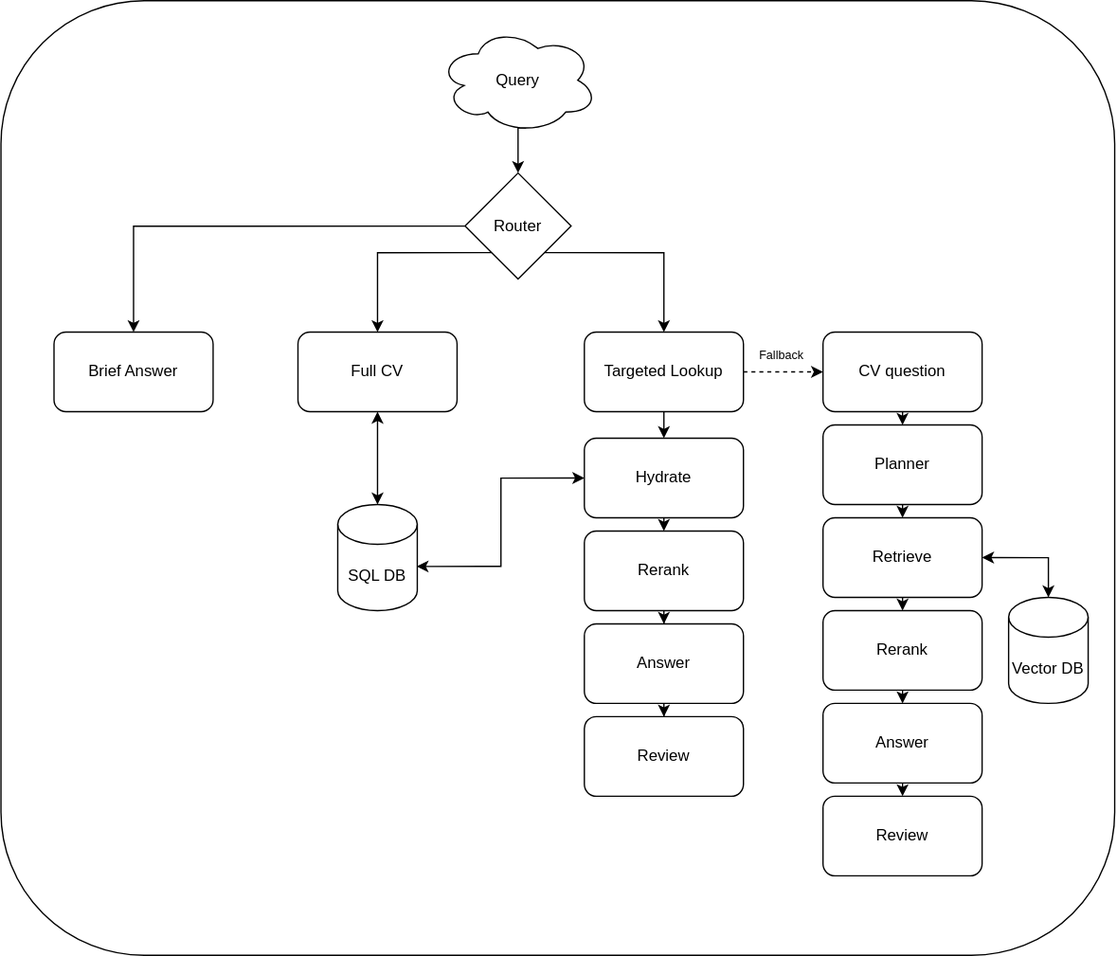
Before: docs/diagrams/rag-runtime.svg, a diagram exported from draw.io (jozayas/ai-cv-screener). Source tidied: cells renumbered, new cells last; positions are measured from the earlier drawing's top-left corner, leaving out a move shared by most shapes.
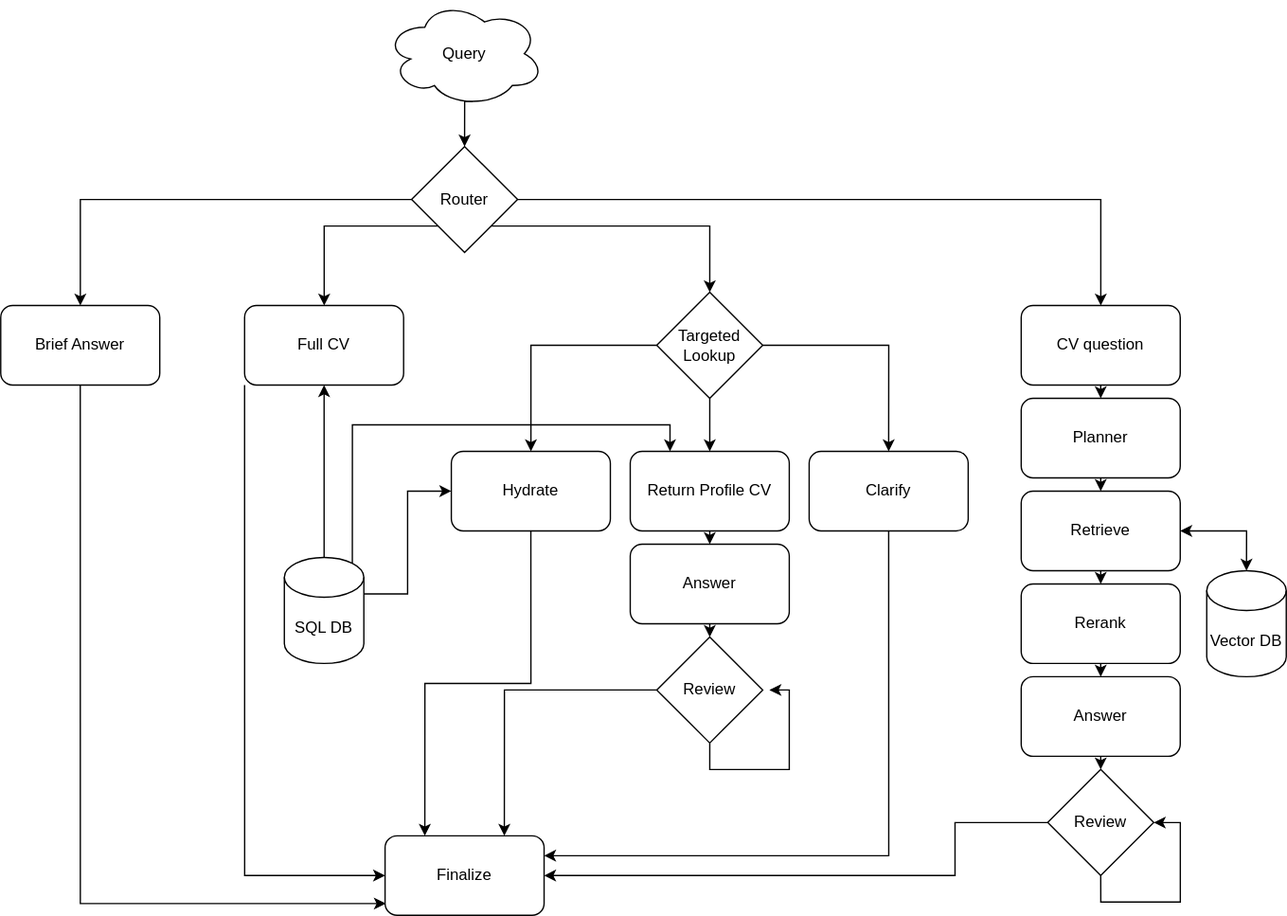
After the change.

The edit, as a diff of the source:
```diff
@@ -2,116 +2,150 @@
   <root>
     <mxCell id="0" />
     <mxCell id="1" parent="0" />
-    <mxCell id="2" style="group;fontStyle=4;" parent="1" vertex="1">
-      <mxGeometry width="840" height="720" as="geometry" />
+    <mxCell id="2" style="edgeStyle=orthogonalEdgeStyle;rounded=0;jettySize=auto;html=1;exitX=0.55;exitY=0.95;exitDx=0;exitDy=0;exitPerimeter=0;entryX=0.5;entryY=0;entryDx=0;entryDy=0;" parent="1" edge="1" source="3" target="8">
+      <mxGeometry relative="1" as="geometry" />
     </mxCell>
-    <mxCell id="3" style="rounded=1;whiteSpace=wrap;html=1;" parent="2" vertex="1">
-      <mxGeometry width="840" height="720" as="geometry" />
+    <mxCell id="3" value="Query" style="ellipse;shape=cloud;whiteSpace=wrap;html=1;" parent="1" vertex="1">
+      <mxGeometry x="460" y="-230" width="120" height="80" as="geometry" />
     </mxCell>
-    <mxCell id="4" style="edgeStyle=orthogonalEdgeStyle;rounded=0;jettySize=auto;html=1;exitX=0.55;exitY=0.95;exitDx=0;exitDy=0;exitPerimeter=0;entryX=0.5;entryY=0;entryDx=0;entryDy=0;" parent="2" edge="1" source="5" target="9">
+    <mxCell id="4" style="edgeStyle=orthogonalEdgeStyle;rounded=0;jettySize=auto;html=1;exitX=0;exitY=0.5;exitDx=0;exitDy=0;" parent="1" edge="1" source="8" target="10">
       <mxGeometry relative="1" as="geometry" />
     </mxCell>
-    <mxCell id="5" value="Query" style="ellipse;shape=cloud;whiteSpace=wrap;html=1;" parent="2" vertex="1">
-      <mxGeometry x="330" y="20" width="120" height="80" as="geometry" />
+    <mxCell id="5" style="edgeStyle=orthogonalEdgeStyle;rounded=0;jettySize=auto;html=1;exitX=0;exitY=1;exitDx=0;exitDy=0;" parent="1" edge="1" source="8" target="12">
+      <mxGeometry relative="1" as="geometry" />
     </mxCell>
-    <mxCell id="6" style="edgeStyle=orthogonalEdgeStyle;rounded=0;jettySize=auto;html=1;exitX=0;exitY=0.5;exitDx=0;exitDy=0;" parent="2" edge="1" source="9" target="10">
+    <mxCell id="6" style="edgeStyle=orthogonalEdgeStyle;rounded=0;jettySize=auto;html=1;exitX=1;exitY=0.5;exitDx=0;exitDy=0;" parent="1" edge="1" source="8" target="14">
       <mxGeometry relative="1" as="geometry" />
     </mxCell>
-    <mxCell id="7" style="edgeStyle=orthogonalEdgeStyle;rounded=0;jettySize=auto;html=1;exitX=0;exitY=1;exitDx=0;exitDy=0;" parent="2" edge="1" source="9" target="11">
+    <mxCell id="7" style="edgeStyle=orthogonalEdgeStyle;rounded=0;jettySize=auto;html=1;exitX=1;exitY=1;exitDx=0;exitDy=0;entryX=0.5;entryY=0;entryDx=0;entryDy=0;" parent="1" edge="1" source="8" target="35">
       <mxGeometry relative="1" as="geometry" />
     </mxCell>
-    <mxCell id="8" style="edgeStyle=orthogonalEdgeStyle;rounded=0;jettySize=auto;html=1;exitX=1;exitY=1;exitDx=0;exitDy=0;entryX=0.5;entryY=0;entryDx=0;entryDy=0;" parent="2" edge="1" source="9" target="14">
-      <mxGeometry relative="1" as="geometry" />
+    <mxCell id="8" value="Router" style="rhombus;whiteSpace=wrap;html=1;" parent="1" vertex="1">
+      <mxGeometry x="480" y="-120" width="80" height="80" as="geometry" />
     </mxCell>
-    <mxCell id="9" value="Router" style="rhombus;whiteSpace=wrap;html=1;" parent="2" vertex="1">
-      <mxGeometry x="350" y="130" width="80" height="80" as="geometry" />
+    <mxCell id="9" style="edgeStyle=orthogonalEdgeStyle;rounded=0;jettySize=auto;html=1;exitX=0.5;exitY=1;exitDx=0;exitDy=0;entryX=0.005;entryY=0.852;entryDx=0;entryDy=0;entryPerimeter=0;" parent="1" edge="1" source="10" target="31">
+      <mxGeometry relative="1" as="geometry" />
     </mxCell>
-    <mxCell id="10" value="Brief Answer" style="rounded=1;whiteSpace=wrap;html=1;" parent="2" vertex="1">
-      <mxGeometry x="40" y="250" width="120" height="60" as="geometry" />
+    <mxCell id="10" value="Brief Answer" style="rounded=1;whiteSpace=wrap;html=1;" parent="1" vertex="1">
+      <mxGeometry x="170" width="120" height="60" as="geometry" />
     </mxCell>
-    <mxCell id="11" value="Full CV" style="rounded=1;whiteSpace=wrap;html=1;" parent="2" vertex="1">
-      <mxGeometry x="224" y="250" width="120" height="60" as="geometry" />
+    <mxCell id="11" style="edgeStyle=orthogonalEdgeStyle;rounded=0;jettySize=auto;html=1;exitX=0;exitY=1;exitDx=0;exitDy=0;entryX=0;entryY=0.5;entryDx=0;entryDy=0;" parent="1" edge="1" source="12" target="31">
+      <mxGeometry relative="1" as="geometry" />
     </mxCell>
-    <mxCell id="12" style="edgeStyle=orthogonalEdgeStyle;rounded=0;jettySize=auto;html=1;exitX=1;exitY=0.5;exitDx=0;exitDy=0;entryX=0;entryY=0.5;entryDx=0;entryDy=0;dashed=1;" parent="2" edge="1" source="14" target="16">
-      <mxGeometry relative="1" as="geometry" />
+    <mxCell id="12" value="Full CV" style="rounded=1;whiteSpace=wrap;html=1;" parent="1" vertex="1">
+      <mxGeometry x="354" width="120" height="60" as="geometry" />
     </mxCell>
-    <mxCell id="13" style="edgeStyle=orthogonalEdgeStyle;rounded=0;jettySize=auto;html=1;exitX=0.5;exitY=1;exitDx=0;exitDy=0;entryX=0.5;entryY=0;entryDx=0;entryDy=0;" parent="2" edge="1" source="14" target="20">
+    <mxCell id="13" style="edgeStyle=orthogonalEdgeStyle;rounded=0;jettySize=auto;html=1;exitX=0.5;exitY=1;exitDx=0;exitDy=0;entryX=0.5;entryY=0;entryDx=0;entryDy=0;" parent="1" edge="1" source="14" target="20">
       <mxGeometry relative="1" as="geometry" />
     </mxCell>
-    <mxCell id="14" value="Targeted Lookup" style="rounded=1;whiteSpace=wrap;html=1;" parent="2" vertex="1">
-      <mxGeometry x="440" y="250" width="120" height="60" as="geometry" />
+    <mxCell id="14" value="CV question" style="rounded=1;whiteSpace=wrap;html=1;" parent="1" vertex="1">
+      <mxGeometry x="940" width="120" height="60" as="geometry" />
     </mxCell>
-    <mxCell id="15" style="edgeStyle=orthogonalEdgeStyle;rounded=0;jettySize=auto;html=1;exitX=0.5;exitY=1;exitDx=0;exitDy=0;entryX=0.5;entryY=0;entryDx=0;entryDy=0;" parent="2" edge="1" source="16" target="22">
-      <mxGeometry relative="1" as="geometry" />
+    <mxCell id="15" value="SQL DB" style="shape=cylinder3;whiteSpace=wrap;html=1;boundedLbl=1;backgroundOutline=1;size=15;" parent="1" vertex="1">
+      <mxGeometry x="384" y="190" width="60" height="80" as="geometry" />
     </mxCell>
-    <mxCell id="16" value="CV question" style="rounded=1;whiteSpace=wrap;html=1;" parent="2" vertex="1">
-      <mxGeometry x="620" y="250" width="120" height="60" as="geometry" />
+    <mxCell id="16" style="edgeStyle=orthogonalEdgeStyle;rounded=0;jettySize=auto;html=1;exitX=0.5;exitY=1;exitDx=0;exitDy=0;entryX=0.5;entryY=0;entryDx=0;entryDy=0;entryPerimeter=0;startArrow=classic;startFill=1;endArrow=none;endFill=0;" parent="1" edge="1" source="12" target="15">
+      <mxGeometry relative="1" as="geometry" />
     </mxCell>
-    <mxCell id="17" value="SQL DB" style="shape=cylinder3;whiteSpace=wrap;html=1;boundedLbl=1;backgroundOutline=1;size=15;" parent="2" vertex="1">
-      <mxGeometry x="254" y="380" width="60" height="80" as="geometry" />
+    <mxCell id="17" style="edgeStyle=orthogonalEdgeStyle;rounded=0;jettySize=auto;html=1;exitX=0.5;exitY=1;exitDx=0;exitDy=0;entryX=0.25;entryY=0;entryDx=0;entryDy=0;" parent="1" edge="1" source="18" target="31">
+      <mxGeometry relative="1" as="geometry" />
     </mxCell>
-    <mxCell id="18" style="edgeStyle=orthogonalEdgeStyle;rounded=0;jettySize=auto;html=1;exitX=0.5;exitY=1;exitDx=0;exitDy=0;entryX=0.5;entryY=0;entryDx=0;entryDy=0;entryPerimeter=0;startArrow=classic;startFill=1;" parent="2" edge="1" source="11" target="17">
-      <mxGeometry relative="1" as="geometry" />
+    <mxCell id="18" value="Hydrate" style="rounded=1;whiteSpace=wrap;html=1;" parent="1" vertex="1">
+      <mxGeometry x="510" y="110" width="120" height="60" as="geometry" />
     </mxCell>
-    <mxCell id="19" style="edgeStyle=orthogonalEdgeStyle;rounded=0;jettySize=auto;html=1;exitX=0.5;exitY=1;exitDx=0;exitDy=0;entryX=0.5;entryY=0;entryDx=0;entryDy=0;" parent="2" edge="1" source="20" target="31">
+    <mxCell id="19" style="edgeStyle=orthogonalEdgeStyle;rounded=0;jettySize=auto;html=1;exitX=0.5;exitY=1;exitDx=0;exitDy=0;entryX=0.5;entryY=0;entryDx=0;entryDy=0;" parent="1" edge="1" source="20" target="22">
       <mxGeometry relative="1" as="geometry" />
     </mxCell>
-    <mxCell id="20" value="Hydrate" style="rounded=1;whiteSpace=wrap;html=1;" parent="2" vertex="1">
-      <mxGeometry x="440" y="330" width="120" height="60" as="geometry" />
+    <mxCell id="20" value="Planner" style="rounded=1;whiteSpace=wrap;html=1;" parent="1" vertex="1">
+      <mxGeometry x="940" y="70" width="120" height="60" as="geometry" />
     </mxCell>
-    <mxCell id="21" style="edgeStyle=orthogonalEdgeStyle;rounded=0;jettySize=auto;html=1;exitX=0.5;exitY=1;exitDx=0;exitDy=0;entryX=0.5;entryY=0;entryDx=0;entryDy=0;" parent="2" edge="1" source="22" target="24">
+    <mxCell id="21" style="edgeStyle=orthogonalEdgeStyle;rounded=0;jettySize=auto;html=1;exitX=0.5;exitY=1;exitDx=0;exitDy=0;entryX=0.5;entryY=0;entryDx=0;entryDy=0;" parent="1" edge="1" source="22" target="24">
       <mxGeometry relative="1" as="geometry" />
     </mxCell>
-    <mxCell id="22" value="Planner" style="rounded=1;whiteSpace=wrap;html=1;" parent="2" vertex="1">
-      <mxGeometry x="620" y="320" width="120" height="60" as="geometry" />
+    <mxCell id="22" value="Retrieve" style="rounded=1;whiteSpace=wrap;html=1;" parent="1" vertex="1">
+      <mxGeometry x="940" y="140" width="120" height="60" as="geometry" />
     </mxCell>
-    <mxCell id="23" style="edgeStyle=orthogonalEdgeStyle;rounded=0;jettySize=auto;html=1;exitX=0.5;exitY=1;exitDx=0;exitDy=0;entryX=0.5;entryY=0;entryDx=0;entryDy=0;" parent="2" edge="1" source="24" target="26">
+    <mxCell id="23" style="edgeStyle=orthogonalEdgeStyle;rounded=0;jettySize=auto;html=1;exitX=0.5;exitY=1;exitDx=0;exitDy=0;entryX=0.5;entryY=0;entryDx=0;entryDy=0;" parent="1" edge="1" source="24" target="26">
       <mxGeometry relative="1" as="geometry" />
     </mxCell>
-    <mxCell id="24" value="Retrieve" style="rounded=1;whiteSpace=wrap;html=1;" parent="2" vertex="1">
-      <mxGeometry x="620" y="390" width="120" height="60" as="geometry" />
+    <mxCell id="24" value="Rerank" style="rounded=1;whiteSpace=wrap;html=1;" parent="1" vertex="1">
+      <mxGeometry x="940" y="210" width="120" height="60" as="geometry" />
     </mxCell>
-    <mxCell id="25" style="edgeStyle=orthogonalEdgeStyle;rounded=0;jettySize=auto;html=1;exitX=0.5;exitY=1;exitDx=0;exitDy=0;entryX=0.5;entryY=0;entryDx=0;entryDy=0;" parent="2" edge="1" source="26" target="28">
+    <mxCell id="25" style="edgeStyle=orthogonalEdgeStyle;rounded=0;jettySize=auto;html=1;exitX=0.5;exitY=1;exitDx=0;exitDy=0;entryX=0.5;entryY=0;entryDx=0;entryDy=0;" parent="1" edge="1" source="26" target="46">
       <mxGeometry relative="1" as="geometry" />
     </mxCell>
-    <mxCell id="26" value="Rerank" style="rounded=1;whiteSpace=wrap;html=1;" parent="2" vertex="1">
-      <mxGeometry x="620" y="460" width="120" height="60" as="geometry" />
+    <mxCell id="26" value="Answer" style="rounded=1;whiteSpace=wrap;html=1;" parent="1" vertex="1">
+      <mxGeometry x="940" y="280" width="120" height="60" as="geometry" />
     </mxCell>
-    <mxCell id="27" style="edgeStyle=orthogonalEdgeStyle;rounded=0;jettySize=auto;html=1;exitX=0.5;exitY=1;exitDx=0;exitDy=0;entryX=0.5;entryY=0;entryDx=0;entryDy=0;" parent="2" edge="1" source="28" target="29">
+    <mxCell id="27" style="edgeStyle=orthogonalEdgeStyle;rounded=0;jettySize=auto;html=1;exitX=0.5;exitY=1;exitDx=0;exitDy=0;entryX=0.5;entryY=0;entryDx=0;entryDy=0;" parent="1" edge="1" source="28" target="44">
       <mxGeometry relative="1" as="geometry" />
     </mxCell>
-    <mxCell id="28" value="Answer" style="rounded=1;whiteSpace=wrap;html=1;" parent="2" vertex="1">
-      <mxGeometry x="620" y="530" width="120" height="60" as="geometry" />
+    <mxCell id="28" value="Answer" style="rounded=1;whiteSpace=wrap;html=1;" parent="1" vertex="1">
+      <mxGeometry x="645" y="180" width="120" height="60" as="geometry" />
     </mxCell>
-    <mxCell id="29" value="Review" style="rounded=1;whiteSpace=wrap;html=1;" parent="2" vertex="1">
-      <mxGeometry x="620" y="600" width="120" height="60" as="geometry" />
+    <mxCell id="29" value="Vector DB" style="shape=cylinder3;whiteSpace=wrap;html=1;boundedLbl=1;backgroundOutline=1;size=15;" parent="1" vertex="1">
+      <mxGeometry x="1080" y="200" width="60" height="80" as="geometry" />
     </mxCell>
-    <mxCell id="30" style="edgeStyle=orthogonalEdgeStyle;rounded=0;jettySize=auto;html=1;exitX=0.5;exitY=1;exitDx=0;exitDy=0;" parent="2" edge="1" source="31" target="33">
+    <mxCell id="30" style="edgeStyle=orthogonalEdgeStyle;rounded=0;jettySize=auto;html=1;exitX=1;exitY=0.5;exitDx=0;exitDy=0;entryX=0.5;entryY=0;entryDx=0;entryDy=0;entryPerimeter=0;startArrow=classic;startFill=1;" parent="1" edge="1" source="22" target="29">
       <mxGeometry relative="1" as="geometry" />
     </mxCell>
-    <mxCell id="31" value="Rerank" style="rounded=1;whiteSpace=wrap;html=1;" parent="2" vertex="1">
-      <mxGeometry x="440" y="400" width="120" height="60" as="geometry" />
+    <mxCell id="31" value="&lt;div&gt;Finalize&lt;/div&gt;" style="rounded=1;whiteSpace=wrap;html=1;" parent="1" vertex="1">
+      <mxGeometry x="460" y="400" width="120" height="60" as="geometry" />
     </mxCell>
-    <mxCell id="32" style="edgeStyle=orthogonalEdgeStyle;rounded=0;jettySize=auto;html=1;exitX=0.5;exitY=1;exitDx=0;exitDy=0;" parent="2" edge="1" source="33" target="34">
+    <mxCell id="32" style="edgeStyle=orthogonalEdgeStyle;rounded=0;jettySize=auto;html=1;exitX=0;exitY=0.5;exitDx=0;exitDy=0;" parent="1" edge="1" source="35" target="18">
       <mxGeometry relative="1" as="geometry" />
     </mxCell>
-    <mxCell id="33" value="Answer" style="rounded=1;whiteSpace=wrap;html=1;" parent="2" vertex="1">
-      <mxGeometry x="440" y="470" width="120" height="60" as="geometry" />
+    <mxCell id="33" style="edgeStyle=orthogonalEdgeStyle;rounded=0;jettySize=auto;html=1;exitX=0.5;exitY=1;exitDx=0;exitDy=0;entryX=0.5;entryY=0;entryDx=0;entryDy=0;" parent="1" edge="1" source="35" target="37">
+      <mxGeometry relative="1" as="geometry" />
     </mxCell>
-    <mxCell id="34" value="Review" style="rounded=1;whiteSpace=wrap;html=1;" parent="2" vertex="1">
-      <mxGeometry x="440" y="540" width="120" height="60" as="geometry" />
+    <mxCell id="34" style="edgeStyle=orthogonalEdgeStyle;rounded=0;jettySize=auto;html=1;exitX=1;exitY=0.5;exitDx=0;exitDy=0;entryX=0.5;entryY=0;entryDx=0;entryDy=0;" parent="1" edge="1" source="35" target="39">
+      <mxGeometry relative="1" as="geometry" />
     </mxCell>
-    <mxCell id="35" style="edgeStyle=orthogonalEdgeStyle;rounded=0;jettySize=auto;html=1;exitX=0;exitY=0.5;exitDx=0;exitDy=0;entryX=0.991;entryY=0.584;entryDx=0;entryDy=0;entryPerimeter=0;startArrow=classic;startFill=1;" parent="2" edge="1" source="20" target="17">
-      <mxGeometry relative="1" as="geometry" />
+    <mxCell id="35" value="Targeted Lookup" style="rhombus;whiteSpace=wrap;html=1;" parent="1" vertex="1">
+      <mxGeometry x="665" y="-10" width="80" height="80" as="geometry" />
     </mxCell>
-    <mxCell id="36" value="Vector DB" style="shape=cylinder3;whiteSpace=wrap;html=1;boundedLbl=1;backgroundOutline=1;size=15;" parent="2" vertex="1">
-      <mxGeometry x="760" y="450" width="60" height="80" as="geometry" />
+    <mxCell id="36" style="edgeStyle=orthogonalEdgeStyle;rounded=0;jettySize=auto;html=1;exitX=0.5;exitY=1;exitDx=0;exitDy=0;entryX=0.5;entryY=0;entryDx=0;entryDy=0;" parent="1" edge="1" source="37" target="28">
+      <mxGeometry relative="1" as="geometry" />
     </mxCell>
-    <mxCell id="37" style="edgeStyle=orthogonalEdgeStyle;rounded=0;jettySize=auto;html=1;exitX=1;exitY=0.5;exitDx=0;exitDy=0;entryX=0.5;entryY=0;entryDx=0;entryDy=0;entryPerimeter=0;startArrow=classic;startFill=1;" parent="2" edge="1" source="24" target="36">
-      <mxGeometry relative="1" as="geometry" />
+    <mxCell id="37" value="Return Profile CV" style="rounded=1;whiteSpace=wrap;html=1;" parent="1" vertex="1">
+      <mxGeometry x="645" y="110" width="120" height="60" as="geometry" />
     </mxCell>
-    <mxCell id="38" value="&lt;font style=&quot;font-size: 9px;&quot;&gt;Fallback&lt;/font&gt;" style="text;html=1;whiteSpace=wrap;strokeColor=none;fillColor=none;align=center;verticalAlign=middle;rounded=0;" parent="2" vertex="1">
-      <mxGeometry x="559" y="252" width="60" height="30" as="geometry" />
+    <mxCell id="38" style="edgeStyle=orthogonalEdgeStyle;rounded=0;jettySize=auto;html=1;exitX=0.5;exitY=1;exitDx=0;exitDy=0;entryX=1;entryY=0.25;entryDx=0;entryDy=0;" parent="1" edge="1" source="39" target="31">
+      <mxGeometry relative="1" as="geometry" />
     </mxCell>
+    <mxCell id="39" value="Clarify" style="rounded=1;whiteSpace=wrap;html=1;" parent="1" vertex="1">
+      <mxGeometry x="780" y="110" width="120" height="60" as="geometry" />
+    </mxCell>
+    <mxCell id="40" style="edgeStyle=orthogonalEdgeStyle;rounded=0;jettySize=auto;html=1;exitX=0.25;exitY=0;exitDx=0;exitDy=0;entryX=0.855;entryY=0;entryDx=0;entryDy=4.35;entryPerimeter=0;startArrow=classic;startFill=1;endArrow=none;endFill=0;" parent="1" edge="1" source="37" target="15">
+      <mxGeometry relative="1" as="geometry" />
+    </mxCell>
+    <mxCell id="41" style="edgeStyle=orthogonalEdgeStyle;rounded=0;jettySize=auto;html=1;exitX=0;exitY=0.5;exitDx=0;exitDy=0;entryX=1;entryY=0;entryDx=0;entryDy=27.5;entryPerimeter=0;endArrow=none;endFill=0;startArrow=classic;startFill=1;" parent="1" edge="1" source="18" target="15">
+      <mxGeometry relative="1" as="geometry" />
+    </mxCell>
+    <mxCell id="42" style="edgeStyle=orthogonalEdgeStyle;rounded=0;jettySize=auto;html=1;exitX=0;exitY=0.5;exitDx=0;exitDy=0;entryX=0.75;entryY=0;entryDx=0;entryDy=0;" parent="1" edge="1" source="44" target="31">
+      <mxGeometry relative="1" as="geometry" />
+    </mxCell>
+    <mxCell id="43" style="edgeStyle=orthogonalEdgeStyle;rounded=0;jettySize=auto;html=1;exitX=0.5;exitY=1;exitDx=0;exitDy=0;" parent="1" edge="1" source="44">
+      <mxGeometry relative="1" as="geometry">
+        <mxPoint x="750" y="290" as="targetPoint" />
+      </mxGeometry>
+    </mxCell>
+    <mxCell id="44" value="Review" style="rhombus;whiteSpace=wrap;html=1;" parent="1" vertex="1">
+      <mxGeometry x="665" y="250" width="80" height="80" as="geometry" />
+    </mxCell>
+    <mxCell id="45" style="edgeStyle=orthogonalEdgeStyle;rounded=0;jettySize=auto;html=1;exitX=0;exitY=0.5;exitDx=0;exitDy=0;entryX=1;entryY=0.5;entryDx=0;entryDy=0;" parent="1" edge="1" source="46" target="31">
+      <mxGeometry relative="1" as="geometry">
+        <Array as="points">
+          <mxPoint x="890" y="390" />
+          <mxPoint x="890" y="430" />
+        </Array>
+      </mxGeometry>
+    </mxCell>
+    <mxCell id="46" value="Review" style="rhombus;whiteSpace=wrap;html=1;" parent="1" vertex="1">
+      <mxGeometry x="960" y="350" width="80" height="80" as="geometry" />
+    </mxCell>
+    <mxCell id="47" style="edgeStyle=orthogonalEdgeStyle;rounded=0;orthogonalLoop=1;jettySize=auto;html=1;exitX=0.5;exitY=1;exitDx=0;exitDy=0;entryX=1;entryY=0.5;entryDx=0;entryDy=0;" parent="1" edge="1" source="46" target="46">
+      <mxGeometry relative="1" as="geometry" />
+    </mxCell>
   </root>
 </mxGraphModel>
```
